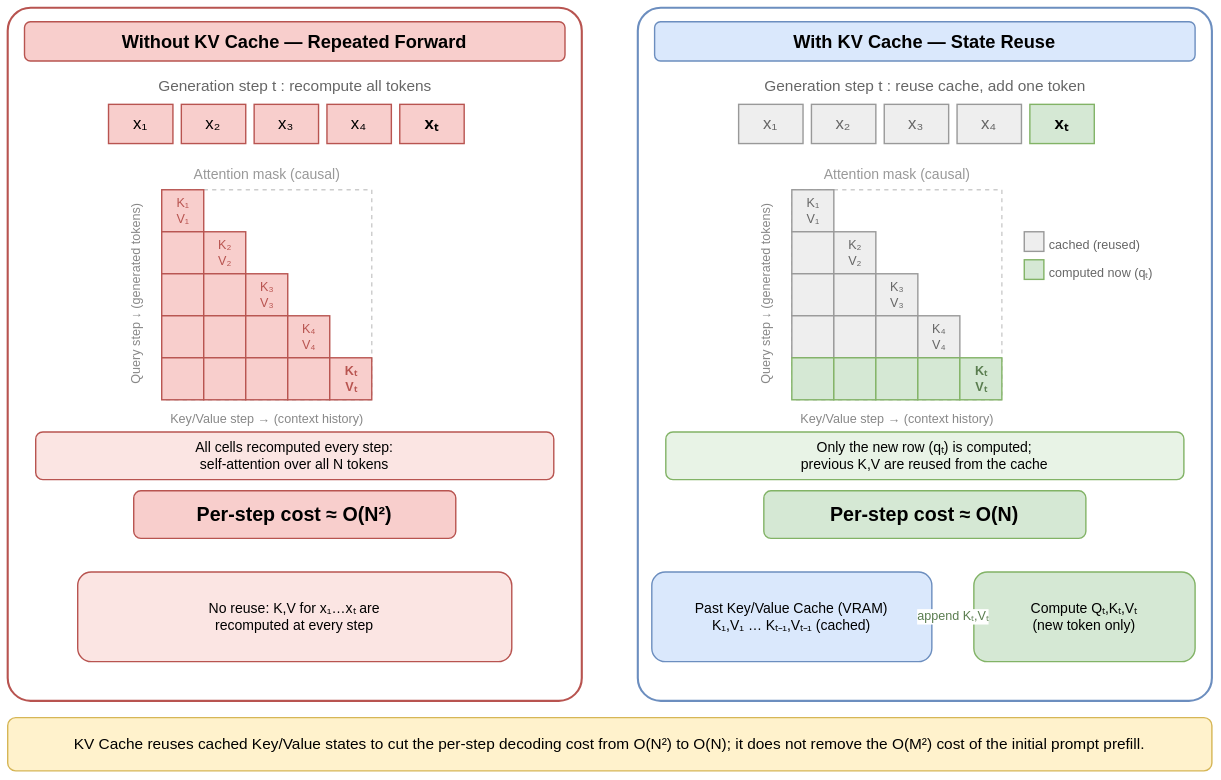
The draw.io diagram paper/tougao/attach/drawprompt/pic2.drawio.svg in hua0424/streamllm, before a commit. Source tidied: cells renumbered, new cells last; positions are measured from the earlier drawing's top-left corner, leaving out a move shared by most shapes.
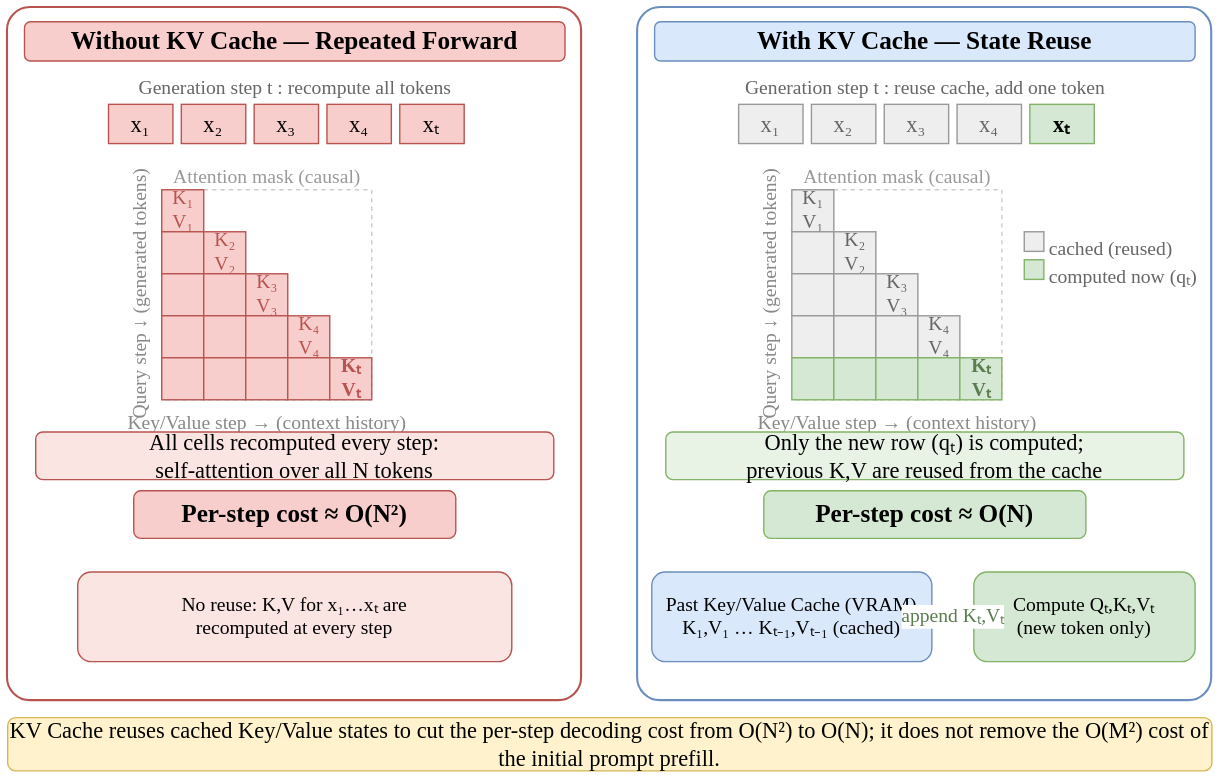
After the change.

Diff of the diagram source:
```diff
@@ -10,60 +10,60 @@
     </mxCell>
-    <mxCell id="4" value="Without KV Cache — Repeated Forward" style="rounded=1;whiteSpace=wrap;html=1;fillColor=#f8cecc;strokeColor=#b85450;fontStyle=1;fontSize=13;" parent="1" vertex="1">
+    <mxCell id="4" value="&lt;font face=&quot;Times New Roman&quot; style=&quot;font-size: 18px;&quot;&gt;Without KV Cache — Repeated Forward&lt;/font&gt;" style="rounded=1;whiteSpace=wrap;html=1;fillColor=#f8cecc;strokeColor=#b85450;fontStyle=1;fontSize=13;" parent="1" vertex="1">
       <mxGeometry x="12" y="10" width="386" height="28" as="geometry" />
     </mxCell>
-    <mxCell id="5" value="With KV Cache — State Reuse" style="rounded=1;whiteSpace=wrap;html=1;fillColor=#dae8fc;strokeColor=#6c8ebf;fontStyle=1;fontSize=13;" parent="1" vertex="1">
+    <mxCell id="5" value="&lt;font face=&quot;Times New Roman&quot; style=&quot;font-size: 18px;&quot;&gt;With KV Cache — State Reuse&lt;/font&gt;" style="rounded=1;whiteSpace=wrap;html=1;fillColor=#dae8fc;strokeColor=#6c8ebf;fontStyle=1;fontSize=13;" parent="1" vertex="1">
       <mxGeometry x="462" y="10" width="386" height="28" as="geometry" />
     </mxCell>
-    <mxCell id="6" value="Generation step t : recompute all tokens" style="text;html=1;align=center;fontSize=11;fontColor=#666666;" parent="1" vertex="1">
+    <mxCell id="6" value="&lt;font face=&quot;Times New Roman&quot; style=&quot;font-size: 14px;&quot;&gt;Generation step t : recompute all tokens&lt;/font&gt;" style="text;html=1;align=center;fontSize=11;fontColor=#666666;" parent="1" vertex="1">
       <mxGeometry x="12" y="43" width="386" height="18" as="geometry" />
     </mxCell>
-    <mxCell id="7" value="Generation step t : reuse cache, add one token" style="text;html=1;align=center;fontSize=11;fontColor=#666666;" parent="1" vertex="1">
+    <mxCell id="7" value="&lt;font face=&quot;Times New Roman&quot; style=&quot;font-size: 14px;&quot;&gt;Generation step t : reuse cache, add one token&lt;/font&gt;" style="text;html=1;align=center;fontSize=11;fontColor=#666666;" parent="1" vertex="1">
       <mxGeometry x="462" y="43" width="386" height="18" as="geometry" />
     </mxCell>
-    <mxCell id="8" value="x₁" style="rounded=0;whiteSpace=wrap;html=1;fillColor=#f8cecc;strokeColor=#b85450;fontSize=12;" parent="1" vertex="1">
+    <mxCell id="8" value="&lt;font face=&quot;Times New Roman&quot; style=&quot;font-size: 16px;&quot;&gt;x₁&lt;/font&gt;" style="rounded=0;whiteSpace=wrap;html=1;fillColor=#f8cecc;strokeColor=#b85450;fontSize=12;" parent="1" vertex="1">
       <mxGeometry x="72" y="69" width="46" height="28" as="geometry" />
     </mxCell>
-    <mxCell id="9" value="x₂" style="rounded=0;whiteSpace=wrap;html=1;fillColor=#f8cecc;strokeColor=#b85450;fontSize=12;" parent="1" vertex="1">
+    <mxCell id="9" value="&lt;font face=&quot;Times New Roman&quot; style=&quot;font-size: 16px;&quot;&gt;x₂&lt;/font&gt;" style="rounded=0;whiteSpace=wrap;html=1;fillColor=#f8cecc;strokeColor=#b85450;fontSize=12;" parent="1" vertex="1">
       <mxGeometry x="124" y="69" width="46" height="28" as="geometry" />
     </mxCell>
-    <mxCell id="10" value="x₃" style="rounded=0;whiteSpace=wrap;html=1;fillColor=#f8cecc;strokeColor=#b85450;fontSize=12;" parent="1" vertex="1">
+    <mxCell id="10" value="&lt;font face=&quot;Times New Roman&quot; style=&quot;font-size: 16px;&quot;&gt;x₃&lt;/font&gt;" style="rounded=0;whiteSpace=wrap;html=1;fillColor=#f8cecc;strokeColor=#b85450;fontSize=12;" parent="1" vertex="1">
       <mxGeometry x="176" y="69" width="46" height="28" as="geometry" />
     </mxCell>
-    <mxCell id="11" value="x₄" style="rounded=0;whiteSpace=wrap;html=1;fillColor=#f8cecc;strokeColor=#b85450;fontSize=12;" parent="1" vertex="1">
+    <mxCell id="11" value="&lt;font face=&quot;Times New Roman&quot; style=&quot;font-size: 16px;&quot;&gt;x₄&lt;/font&gt;" style="rounded=0;whiteSpace=wrap;html=1;fillColor=#f8cecc;strokeColor=#b85450;fontSize=12;fontFamily=Helvetica;fontColor=default;fontStyle=0;align=center;verticalAlign=middle;" parent="1" vertex="1">
       <mxGeometry x="228" y="69" width="46" height="28" as="geometry" />
     </mxCell>
-    <mxCell id="12" value="xₜ" style="rounded=0;whiteSpace=wrap;html=1;fillColor=#f8cecc;strokeColor=#b85450;fontSize=12;fontStyle=1;" parent="1" vertex="1">
+    <mxCell id="12" value="&lt;font face=&quot;Times New Roman&quot; style=&quot;font-size: 16px;&quot;&gt;xₜ&lt;/font&gt;" style="rounded=0;whiteSpace=wrap;html=1;fillColor=#f8cecc;strokeColor=#b85450;fontSize=12;fontStyle=0;fontFamily=Helvetica;fontColor=default;align=center;verticalAlign=middle;" parent="1" vertex="1">
       <mxGeometry x="280" y="69" width="46" height="28" as="geometry" />
     </mxCell>
-    <mxCell id="13" value="x₁" style="rounded=0;whiteSpace=wrap;html=1;fillColor=#eeeeee;strokeColor=#999999;fontSize=12;fontColor=#666666;" parent="1" vertex="1">
+    <mxCell id="13" value="&lt;font face=&quot;Times New Roman&quot; style=&quot;font-size: 16px;&quot;&gt;x₁&lt;/font&gt;" style="rounded=0;whiteSpace=wrap;html=1;fillColor=#eeeeee;strokeColor=#999999;fontSize=12;fontColor=#666666;" parent="1" vertex="1">
       <mxGeometry x="522" y="69" width="46" height="28" as="geometry" />
     </mxCell>
-    <mxCell id="14" value="x₂" style="rounded=0;whiteSpace=wrap;html=1;fillColor=#eeeeee;strokeColor=#999999;fontSize=12;fontColor=#666666;" parent="1" vertex="1">
+    <mxCell id="14" value="&lt;font face=&quot;Times New Roman&quot; style=&quot;font-size: 16px;&quot;&gt;x₂&lt;/font&gt;" style="rounded=0;whiteSpace=wrap;html=1;fillColor=#eeeeee;strokeColor=#999999;fontSize=12;fontColor=#666666;fontFamily=Helvetica;fontStyle=0;align=center;verticalAlign=middle;" parent="1" vertex="1">
       <mxGeometry x="574" y="69" width="46" height="28" as="geometry" />
     </mxCell>
-    <mxCell id="15" value="x₃" style="rounded=0;whiteSpace=wrap;html=1;fillColor=#eeeeee;strokeColor=#999999;fontSize=12;fontColor=#666666;" parent="1" vertex="1">
+    <mxCell id="15" value="&lt;font face=&quot;Times New Roman&quot; style=&quot;font-size: 16px;&quot;&gt;x₃&lt;/font&gt;" style="rounded=0;whiteSpace=wrap;html=1;fillColor=#eeeeee;strokeColor=#999999;fontSize=12;fontColor=#666666;fontFamily=Helvetica;fontStyle=0;align=center;verticalAlign=middle;" parent="1" vertex="1">
       <mxGeometry x="626" y="69" width="46" height="28" as="geometry" />
     </mxCell>
-    <mxCell id="16" value="x₄" style="rounded=0;whiteSpace=wrap;html=1;fillColor=#eeeeee;strokeColor=#999999;fontSize=12;fontColor=#666666;" parent="1" vertex="1">
+    <mxCell id="16" value="&lt;font face=&quot;Times New Roman&quot; style=&quot;font-size: 16px;&quot;&gt;x₄&lt;/font&gt;" style="rounded=0;whiteSpace=wrap;html=1;fillColor=#eeeeee;strokeColor=#999999;fontSize=12;fontColor=#666666;" parent="1" vertex="1">
       <mxGeometry x="678" y="69" width="46" height="28" as="geometry" />
     </mxCell>
-    <mxCell id="17" value="xₜ" style="rounded=0;whiteSpace=wrap;html=1;fillColor=#d5e8d4;strokeColor=#82b366;fontSize=12;fontStyle=1;" parent="1" vertex="1">
+    <mxCell id="17" value="&lt;font face=&quot;Times New Roman&quot; style=&quot;font-size: 16px;&quot;&gt;xₜ&lt;/font&gt;" style="rounded=0;whiteSpace=wrap;html=1;fillColor=#d5e8d4;strokeColor=#82b366;fontSize=12;fontStyle=1;" parent="1" vertex="1">
       <mxGeometry x="730" y="69" width="46" height="28" as="geometry" />
     </mxCell>
-    <mxCell id="18" value="Attention mask (causal)" style="text;html=1;align=center;fontSize=10;fontColor=#999999;" parent="1" vertex="1">
+    <mxCell id="18" value="&lt;font face=&quot;Times New Roman&quot; style=&quot;font-size: 14px;&quot;&gt;Attention mask (causal)&lt;/font&gt;" style="text;html=1;align=center;fontSize=10;fontColor=#999999;" parent="1" vertex="1">
       <mxGeometry x="90" y="107" width="190" height="16" as="geometry" />
     </mxCell>
-    <mxCell id="19" value="Attention mask (causal)" style="text;html=1;align=center;fontSize=10;fontColor=#999999;" parent="1" vertex="1">
+    <mxCell id="19" value="&lt;font face=&quot;Times New Roman&quot; style=&quot;font-size: 14px;&quot;&gt;Attention mask (causal)&lt;/font&gt;" style="text;html=1;align=center;fontSize=10;fontColor=#999999;" parent="1" vertex="1">
       <mxGeometry x="540" y="107" width="190" height="16" as="geometry" />
     </mxCell>
-    <mxCell id="20" value="Query step ↓ (generated tokens)" style="text;html=1;align=center;fontSize=9;fontColor=#888888;horizontal=0;" parent="1" vertex="1">
+    <mxCell id="20" value="&lt;font face=&quot;Times New Roman&quot; style=&quot;font-size: 14px;&quot;&gt;Query step ↓ (generated tokens)&lt;/font&gt;" style="text;html=1;align=center;fontSize=9;fontColor=#888888;horizontal=0;" parent="1" vertex="1">
       <mxGeometry x="80" y="135" width="22" height="140" as="geometry" />
     </mxCell>
-    <mxCell id="21" value="Key/Value step → (context history)" style="text;html=1;align=center;fontSize=9;fontColor=#888888;" parent="1" vertex="1">
+    <mxCell id="21" value="&lt;font face=&quot;Times New Roman&quot; style=&quot;font-size: 14px;&quot;&gt;Key/Value step → (context history)&lt;/font&gt;" style="text;html=1;align=center;fontSize=9;fontColor=#888888;" parent="1" vertex="1">
       <mxGeometry x="90" y="282" width="190" height="14" as="geometry" />
     </mxCell>
-    <mxCell id="22" value="Query step ↓ (generated tokens)" style="text;html=1;align=center;fontSize=9;fontColor=#888888;horizontal=0;" parent="1" vertex="1">
+    <mxCell id="22" value="&lt;font face=&quot;Times New Roman&quot; style=&quot;font-size: 14px;&quot;&gt;Query step ↓ (generated tokens)&lt;/font&gt;" style="text;html=1;align=center;fontSize=9;fontColor=#888888;horizontal=0;" parent="1" vertex="1">
       <mxGeometry x="530" y="135" width="22" height="140" as="geometry" />
     </mxCell>
-    <mxCell id="23" value="Key/Value step → (context history)" style="text;html=1;align=center;fontSize=9;fontColor=#888888;" parent="1" vertex="1">
+    <mxCell id="23" value="&lt;font face=&quot;Times New Roman&quot; style=&quot;font-size: 14px;&quot;&gt;Key/Value step → (context history)&lt;/font&gt;" style="text;html=1;align=center;fontSize=9;fontColor=#888888;" parent="1" vertex="1">
       <mxGeometry x="540" y="282" width="190" height="14" as="geometry" />
@@ -76,3 +76,3 @@
     </mxCell>
-    <mxCell id="26" value="K₁&#10;V₁" style="rounded=0;html=1;fillColor=#f8cecc;strokeColor=#b85450;fontSize=9;fontColor=#b85450;" parent="1" vertex="1">
+    <mxCell id="26" value="&lt;font face=&quot;Times New Roman&quot; style=&quot;font-size: 14px;&quot;&gt;K₁&lt;br&gt;V₁&lt;/font&gt;" style="rounded=0;html=1;fillColor=#f8cecc;strokeColor=#b85450;fontSize=9;fontColor=#b85450;" parent="1" vertex="1">
       <mxGeometry x="110" y="130" width="30" height="30" as="geometry" />
@@ -82,3 +82,3 @@
     </mxCell>
-    <mxCell id="28" value="K₂&#10;V₂" style="rounded=0;html=1;fillColor=#f8cecc;strokeColor=#b85450;fontSize=9;fontColor=#b85450;" parent="1" vertex="1">
+    <mxCell id="28" value="&lt;font face=&quot;Times New Roman&quot; style=&quot;font-size: 14px;&quot;&gt;K₂&lt;br&gt;V₂&lt;/font&gt;" style="rounded=0;html=1;fillColor=#f8cecc;strokeColor=#b85450;fontSize=9;fontColor=#b85450;" parent="1" vertex="1">
       <mxGeometry x="140" y="160" width="30" height="30" as="geometry" />
@@ -91,3 +91,3 @@
     </mxCell>
-    <mxCell id="31" value="K₃&#10;V₃" style="rounded=0;html=1;fillColor=#f8cecc;strokeColor=#b85450;fontSize=9;fontColor=#b85450;" parent="1" vertex="1">
+    <mxCell id="31" value="&lt;font face=&quot;Times New Roman&quot; style=&quot;font-size: 14px;&quot;&gt;K₃&lt;br&gt;V₃&lt;/font&gt;" style="rounded=0;html=1;fillColor=#f8cecc;strokeColor=#b85450;fontSize=9;fontColor=#b85450;" parent="1" vertex="1">
       <mxGeometry x="170" y="190" width="30" height="30" as="geometry" />
@@ -103,3 +103,3 @@
     </mxCell>
-    <mxCell id="35" value="K₄&#10;V₄" style="rounded=0;html=1;fillColor=#f8cecc;strokeColor=#b85450;fontSize=9;fontColor=#b85450;" parent="1" vertex="1">
+    <mxCell id="35" value="&lt;font face=&quot;Times New Roman&quot; style=&quot;font-size: 14px;&quot;&gt;K₄&lt;br&gt;V₄&lt;/font&gt;" style="rounded=0;html=1;fillColor=#f8cecc;strokeColor=#b85450;fontSize=9;fontColor=#b85450;" parent="1" vertex="1">
       <mxGeometry x="200" y="220" width="30" height="30" as="geometry" />
@@ -118,6 +118,6 @@
     </mxCell>
-    <mxCell id="40" value="Kₜ&#10;Vₜ" style="rounded=0;html=1;fillColor=#f8cecc;strokeColor=#b85450;fontSize=9;fontColor=#b85450;fontStyle=1;" parent="1" vertex="1">
+    <mxCell id="40" value="&lt;font face=&quot;Times New Roman&quot; style=&quot;font-size: 14px;&quot;&gt;Kₜ&lt;br&gt;Vₜ&lt;/font&gt;" style="rounded=0;html=1;fillColor=#f8cecc;strokeColor=#b85450;fontSize=9;fontColor=#b85450;fontStyle=1;" parent="1" vertex="1">
       <mxGeometry x="230" y="250" width="30" height="30" as="geometry" />
     </mxCell>
-    <mxCell id="41" value="K₁&#10;V₁" style="rounded=0;html=1;fillColor=#eeeeee;strokeColor=#999999;fontSize=9;fontColor=#666666;" parent="1" vertex="1">
+    <mxCell id="41" value="&lt;font face=&quot;Times New Roman&quot; style=&quot;font-size: 14px;&quot;&gt;K₁&lt;br&gt;V₁&lt;/font&gt;" style="rounded=0;html=1;fillColor=#eeeeee;strokeColor=#999999;fontSize=9;fontColor=#666666;" parent="1" vertex="1">
       <mxGeometry x="560" y="130" width="30" height="30" as="geometry" />
@@ -127,3 +127,3 @@
     </mxCell>
-    <mxCell id="43" value="K₂&#10;V₂" style="rounded=0;html=1;fillColor=#eeeeee;strokeColor=#999999;fontSize=9;fontColor=#666666;" parent="1" vertex="1">
+    <mxCell id="43" value="&lt;font face=&quot;Times New Roman&quot; style=&quot;font-size: 14px;&quot;&gt;K₂&lt;br&gt;V₂&lt;/font&gt;" style="rounded=0;html=1;fillColor=#eeeeee;strokeColor=#999999;fontSize=9;fontColor=#666666;align=center;verticalAlign=middle;fontFamily=Helvetica;" parent="1" vertex="1">
       <mxGeometry x="590" y="160" width="30" height="30" as="geometry" />
@@ -136,3 +136,3 @@
     </mxCell>
-    <mxCell id="46" value="K₃&#10;V₃" style="rounded=0;html=1;fillColor=#eeeeee;strokeColor=#999999;fontSize=9;fontColor=#666666;" parent="1" vertex="1">
+    <mxCell id="46" value="&lt;font face=&quot;Times New Roman&quot; style=&quot;font-size: 14px;&quot;&gt;K₃&lt;br&gt;V₃&lt;/font&gt;" style="rounded=0;html=1;fillColor=#eeeeee;strokeColor=#999999;fontSize=9;fontColor=#666666;" parent="1" vertex="1">
       <mxGeometry x="620" y="190" width="30" height="30" as="geometry" />
@@ -148,3 +148,3 @@
     </mxCell>
-    <mxCell id="50" value="K₄&#10;V₄" style="rounded=0;html=1;fillColor=#eeeeee;strokeColor=#999999;fontSize=9;fontColor=#666666;" parent="1" vertex="1">
+    <mxCell id="50" value="&lt;font face=&quot;Times New Roman&quot; style=&quot;font-size: 14px;&quot;&gt;K₄&lt;br&gt;V₄&lt;/font&gt;" style="rounded=0;html=1;fillColor=#eeeeee;strokeColor=#999999;fontSize=9;fontColor=#666666;" parent="1" vertex="1">
       <mxGeometry x="650" y="220" width="30" height="30" as="geometry" />
@@ -163,3 +163,3 @@
     </mxCell>
-    <mxCell id="55" value="Kₜ&#10;Vₜ" style="rounded=0;html=1;fillColor=#d5e8d4;strokeColor=#82b366;fontSize=9;fontColor=#5a7d4f;fontStyle=1;" parent="1" vertex="1">
+    <mxCell id="55" value="&lt;font face=&quot;Times New Roman&quot; style=&quot;font-size: 14px;&quot;&gt;Kₜ&lt;br&gt;Vₜ&lt;/font&gt;" style="rounded=0;html=1;fillColor=#d5e8d4;strokeColor=#82b366;fontSize=9;fontColor=#5a7d4f;fontStyle=1;" parent="1" vertex="1">
       <mxGeometry x="680" y="250" width="30" height="30" as="geometry" />
@@ -169,3 +169,3 @@
     </mxCell>
-    <mxCell id="57" value="cached (reused)" style="text;html=1;align=left;fontSize=9;fontColor=#666666;" parent="1" vertex="1">
+    <mxCell id="57" value="&lt;font face=&quot;Times New Roman&quot; style=&quot;font-size: 14px;&quot;&gt;cached (reused)&lt;/font&gt;" style="text;html=1;align=left;fontSize=9;fontColor=#666666;" parent="1" vertex="1">
       <mxGeometry x="742" y="158" width="110" height="16" as="geometry" />
@@ -175,30 +175,30 @@
     </mxCell>
-    <mxCell id="59" value="computed now (qₜ)" style="text;html=1;align=left;fontSize=9;fontColor=#666666;" parent="1" vertex="1">
+    <mxCell id="59" value="&lt;font face=&quot;Times New Roman&quot; style=&quot;font-size: 14px;&quot;&gt;computed now (qₜ)&lt;/font&gt;" style="text;html=1;align=left;fontSize=9;fontColor=#666666;" parent="1" vertex="1">
       <mxGeometry x="742" y="178" width="110" height="16" as="geometry" />
     </mxCell>
-    <mxCell id="60" value="All cells recomputed every step:&#10;self-attention over all N tokens" style="rounded=1;whiteSpace=wrap;html=1;fillColor=#fbe5e3;strokeColor=#b85450;fontSize=10;" parent="1" vertex="1">
+    <mxCell id="60" value="&lt;font face=&quot;Times New Roman&quot; style=&quot;font-size: 16px;&quot;&gt;All cells recomputed every step:&lt;br&gt;self-attention over all N tokens&lt;/font&gt;" style="rounded=1;whiteSpace=wrap;html=1;fillColor=#fbe5e3;strokeColor=#b85450;fontSize=10;" parent="1" vertex="1">
       <mxGeometry x="20" y="303" width="370" height="34" as="geometry" />
     </mxCell>
-    <mxCell id="61" value="Only the new row (qₜ) is computed;&#10;previous K,V are reused from the cache" style="rounded=1;whiteSpace=wrap;html=1;fillColor=#e8f3e6;strokeColor=#82b366;fontSize=10;" parent="1" vertex="1">
+    <mxCell id="61" value="&lt;font face=&quot;Times New Roman&quot; style=&quot;font-size: 16px;&quot;&gt;Only the new row (qₜ) is computed;&lt;br&gt;previous K,V are reused from the cache&lt;/font&gt;" style="rounded=1;whiteSpace=wrap;html=1;fillColor=#e8f3e6;strokeColor=#82b366;fontSize=10;" parent="1" vertex="1">
       <mxGeometry x="470" y="303" width="370" height="34" as="geometry" />
     </mxCell>
-    <mxCell id="62" value="Per-step cost ≈ O(N²)" style="rounded=1;whiteSpace=wrap;html=1;fillColor=#f8cecc;strokeColor=#b85450;fontStyle=1;fontSize=14;" parent="1" vertex="1">
+    <mxCell id="62" value="&lt;font face=&quot;Times New Roman&quot; style=&quot;font-size: 18px;&quot;&gt;Per-step cost ≈ O(N²)&lt;/font&gt;" style="rounded=1;whiteSpace=wrap;html=1;fillColor=#f8cecc;strokeColor=#b85450;fontStyle=1;fontSize=14;" parent="1" vertex="1">
       <mxGeometry x="90" y="345" width="230" height="34" as="geometry" />
     </mxCell>
-    <mxCell id="63" value="Per-step cost ≈ O(N)" style="rounded=1;whiteSpace=wrap;html=1;fillColor=#d5e8d4;strokeColor=#82b366;fontStyle=1;fontSize=14;" parent="1" vertex="1">
+    <mxCell id="63" value="&lt;font face=&quot;Times New Roman&quot; style=&quot;font-size: 18px;&quot;&gt;Per-step cost ≈ O(N)&lt;/font&gt;" style="rounded=1;whiteSpace=wrap;html=1;fillColor=#d5e8d4;strokeColor=#82b366;fontStyle=1;fontSize=14;" parent="1" vertex="1">
       <mxGeometry x="540" y="345" width="230" height="34" as="geometry" />
     </mxCell>
-    <mxCell id="64" value="No reuse: K,V for x₁…xₜ are&#10;recomputed at every step" style="rounded=1;whiteSpace=wrap;html=1;fillColor=#fbe5e3;strokeColor=#b85450;fontSize=10;" parent="1" vertex="1">
+    <mxCell id="64" value="&lt;font face=&quot;Times New Roman&quot; style=&quot;font-size: 14px;&quot;&gt;No reuse: K,V for x₁…xₜ are&lt;br&gt;recomputed at every step&lt;/font&gt;" style="rounded=1;whiteSpace=wrap;html=1;fillColor=#fbe5e3;strokeColor=#b85450;fontSize=10;" parent="1" vertex="1">
       <mxGeometry x="50" y="403" width="310" height="64" as="geometry" />
     </mxCell>
-    <mxCell id="65" value="Past Key/Value Cache (VRAM)&#10;K₁,V₁ … Kₜ₋₁,Vₜ₋₁  (cached)" style="rounded=1;whiteSpace=wrap;html=1;fillColor=#dae8fc;strokeColor=#6c8ebf;fontSize=10;" parent="1" vertex="1">
+    <mxCell id="65" value="&lt;font face=&quot;Times New Roman&quot; style=&quot;font-size: 14px;&quot;&gt;Past Key/Value Cache (VRAM)&lt;br&gt;K₁,V₁ … Kₜ₋₁,Vₜ₋₁  (cached)&lt;/font&gt;" style="rounded=1;whiteSpace=wrap;html=1;fillColor=#dae8fc;strokeColor=#6c8ebf;fontSize=10;" parent="1" vertex="1">
       <mxGeometry x="460" y="403" width="200" height="64" as="geometry" />
     </mxCell>
-    <mxCell id="66" value="Compute Qₜ,Kₜ,Vₜ&#10;(new token only)" style="rounded=1;whiteSpace=wrap;html=1;fillColor=#d5e8d4;strokeColor=#82b366;fontSize=10;" parent="1" vertex="1">
+    <mxCell id="66" value="&lt;font face=&quot;Times New Roman&quot; style=&quot;font-size: 14px;&quot;&gt;Compute Qₜ,Kₜ,Vₜ&lt;br&gt;(new token only)&lt;/font&gt;" style="rounded=1;whiteSpace=wrap;html=1;fillColor=#d5e8d4;strokeColor=#82b366;fontSize=10;" parent="1" vertex="1">
       <mxGeometry x="690" y="403" width="158" height="64" as="geometry" />
     </mxCell>
-    <mxCell id="67" value="append Kₜ,Vₜ" style="endArrow=classic;html=1;rounded=0;strokeColor=#82b366;fontSize=9;fontColor=#5a7d4f;" parent="1" edge="1" source="66" target="65">
+    <mxCell id="67" value="&lt;font face=&quot;Times New Roman&quot; style=&quot;font-size: 14px;&quot;&gt;append Kₜ,Vₜ&lt;/font&gt;" style="endArrow=classic;html=1;rounded=0;strokeColor=#82b366;fontSize=9;fontColor=#5a7d4f;" parent="1" edge="1" source="66" target="65">
       <mxGeometry relative="1" as="geometry" />
     </mxCell>
-    <mxCell id="68" value="KV Cache reuses cached Key/Value states to cut the per-step decoding cost from O(N²) to O(N); it does not remove the O(M²) cost of the initial prompt prefill." style="rounded=1;whiteSpace=wrap;html=1;fillColor=#fff2cc;strokeColor=#d6b656;fontSize=11;" parent="1" vertex="1">
+    <mxCell id="68" value="&lt;font face=&quot;Times New Roman&quot; style=&quot;font-size: 16px;&quot;&gt;KV Cache reuses cached Key/Value states to cut the per-step decoding cost from O(N²) to O(N); it does not remove the O(M²) cost of the initial prompt prefill.&lt;/font&gt;" style="rounded=1;whiteSpace=wrap;html=1;fillColor=#fff2cc;strokeColor=#d6b656;fontSize=11;" parent="1" vertex="1">
       <mxGeometry y="507" width="860" height="38" as="geometry" />
```
